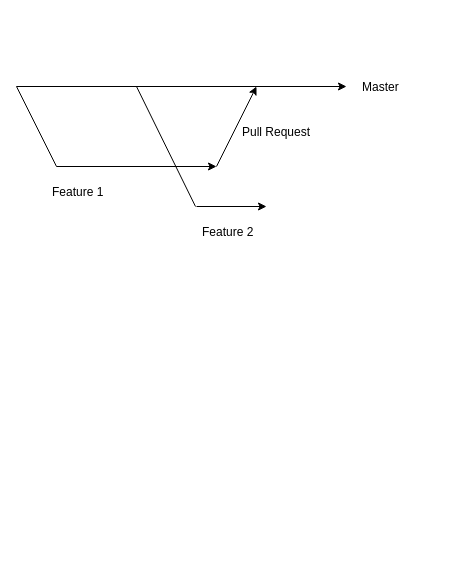
devkinetics/draw.io keeps this draw.io diagram as Untitled Diagram.drawio. Above is the earlier version. Source tidied: cells renumbered, new cells numbered last; positions are measured from the earlier drawing's top-left corner, leaving out a move shared by most shapes. Both pictures are drawn from the tidied source at 100%, with x=0, y=0 at pixel (16, 71).
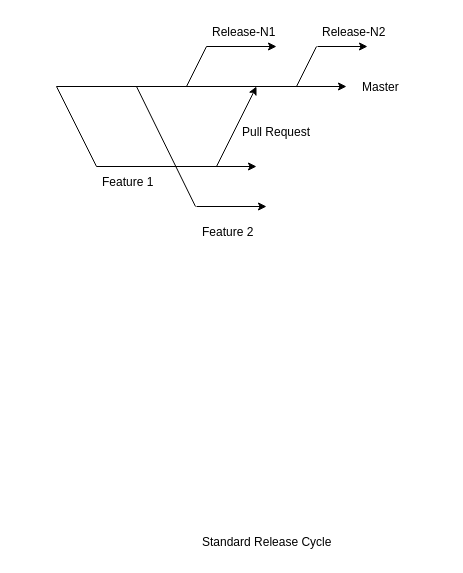
After the change.

Commit message:
Update Branching Strategy

What changed in the source:
```diff
@@
     <mxCell id="2" style="endArrow=classic;html=1;rounded=0;" parent="1" edge="1">
       <mxGeometry relative="1" as="geometry">
-        <mxPoint y="15" as="sourcePoint" />
+        <mxPoint x="40" y="15" as="sourcePoint" />
         <mxPoint x="330" y="15" as="targetPoint" />
       </mxGeometry>
     </mxCell>
     <mxCell id="3" style="endArrow=none;html=1;rounded=0;" parent="1" edge="1">
       <mxGeometry relative="1" as="geometry">
-        <mxPoint y="15" as="sourcePoint" />
-        <mxPoint x="40" y="95" as="targetPoint" />
+        <mxPoint x="40" y="15" as="sourcePoint" />
+        <mxPoint x="80" y="95" as="targetPoint" />
       </mxGeometry>
     </mxCell>
     <mxCell id="4" style="endArrow=classic;html=1;rounded=0;" parent="1" edge="1">
       <mxGeometry relative="1" as="geometry">
-        <mxPoint x="40" y="95" as="sourcePoint" />
-        <mxPoint x="200" y="95" as="targetPoint" />
+        <mxPoint x="80" y="95" as="sourcePoint" />
+        <mxPoint x="240" y="95" as="targetPoint" />
       </mxGeometry>
     </mxCell>
@@
     <mxCell id="6" value="Feature 1" style="text;strokeColor=none;fillColor=none;align=left;verticalAlign=middle;spacingLeft=4;spacingRight=4;overflow=hidden;" parent="1" vertex="1">
-      <mxGeometry x="30" y="105" width="80" height="30" as="geometry" />
+      <mxGeometry x="80" y="95" width="80" height="30" as="geometry" />
     </mxCell>
@@
+    <mxCell id="12" value="Standard Release Cycle" style="text;strokeColor=none;fillColor=none;align=left;verticalAlign=middle;spacingLeft=4;spacingRight=4;overflow=hidden;" parent="1" vertex="1">
+      <mxGeometry x="180" y="455" width="250" height="30" as="geometry" />
+    </mxCell>
+    <mxCell id="13" style="endArrow=none;html=1;rounded=0;" parent="1" edge="1">
+      <mxGeometry relative="1" as="geometry">
+        <mxPoint x="170" y="15" as="sourcePoint" />
+        <mxPoint x="190" y="-25" as="targetPoint" />
+      </mxGeometry>
+    </mxCell>
+    <mxCell id="14" style="endArrow=classic;html=1;rounded=0;" parent="1" edge="1">
+      <mxGeometry relative="1" as="geometry">
+        <mxPoint x="190" y="-25" as="sourcePoint" />
+        <mxPoint x="260" y="-25" as="targetPoint" />
+      </mxGeometry>
+    </mxCell>
+    <mxCell id="15" value="Release-N1" style="text;strokeColor=none;fillColor=none;align=left;verticalAlign=middle;spacingLeft=4;spacingRight=4;overflow=hidden;" parent="1" vertex="1">
+      <mxGeometry x="190" y="-55" width="80" height="30" as="geometry" />
+    </mxCell>
+    <mxCell id="16" style="endArrow=none;html=1;rounded=0;" parent="1" edge="1">
+      <mxGeometry relative="1" as="geometry">
+        <mxPoint x="280" y="15" as="sourcePoint" />
+        <mxPoint x="300" y="-25" as="targetPoint" />
+      </mxGeometry>
+    </mxCell>
+    <mxCell id="17" style="endArrow=classic;html=1;rounded=0;" parent="1" edge="1">
+      <mxGeometry relative="1" as="geometry">
+        <mxPoint x="301" y="-25" as="sourcePoint" />
+        <mxPoint x="351" y="-25" as="targetPoint" />
+      </mxGeometry>
+    </mxCell>
+    <mxCell id="18" value="Release-N2" style="text;strokeColor=none;fillColor=none;align=left;verticalAlign=middle;spacingLeft=4;spacingRight=4;overflow=hidden;" parent="1" vertex="1">
+      <mxGeometry x="300" y="-55" width="80" height="30" as="geometry" />
+    </mxCell>
```
